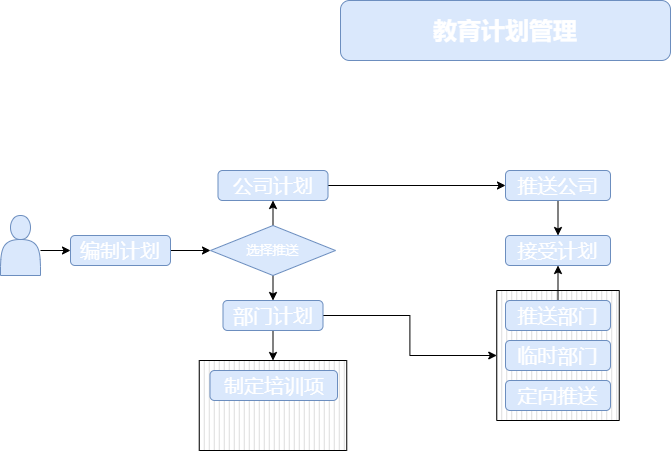
This is Untitled Diagram.drawio.png from lenonjone/Toolkits, a draw.io export, as it was before one commit. Source tidied: cells renumbered, new cells last; positions are measured from the earlier drawing's top-left corner, leaving out a move shared by most shapes. Source of this version:
```xml
<mxGraphModel background="#ffffff">
  <root>
    <mxCell id="0" />
    <mxCell id="1" parent="0" />
    <mxCell id="2" style="verticalLabelPosition=bottom;verticalAlign=top;html=1;shape=mxgraph.basic.patternFillRect;fillStyle=vert;step=5;fillStrokeWidth=0.2;fillStrokeColor=#dddddd;fontSize=13;fontColor=#FFFFFF;" parent="1" vertex="1">
      <mxGeometry x="198.8" y="360" width="147.5" height="90" as="geometry" />
    </mxCell>
    <mxCell id="3" style="verticalLabelPosition=bottom;verticalAlign=top;html=1;shape=mxgraph.basic.patternFillRect;fillStyle=vert;step=5;fillStrokeWidth=0.2;fillStrokeColor=#dddddd;fontSize=13;fontColor=#FFFFFF;" parent="1" vertex="1">
      <mxGeometry x="496.2" y="290" width="122.5" height="130" as="geometry" />
    </mxCell>
    <mxCell id="4" value="教育计划管理" style="rounded=1;whiteSpace=wrap;html=1;fillColor=#dae8fc;strokeColor=#6c8ebf;fontColor=#FFFFFF;fontStyle=1;fontSize=24;" parent="1" vertex="1">
      <mxGeometry x="340" width="330" height="60" as="geometry" />
    </mxCell>
    <mxCell id="5" style="edgeStyle=orthogonalEdgeStyle;rounded=0;jettySize=auto;html=1;fontSize=20;fontColor=#FFFFFF;" parent="1" edge="1" source="6" target="17">
      <mxGeometry relative="1" as="geometry" />
    </mxCell>
    <mxCell id="6" value="编制计划" style="rounded=1;whiteSpace=wrap;html=1;fillColor=#dae8fc;strokeColor=#6c8ebf;fontColor=#FFFFFF;fontStyle=0;fontSize=20;" parent="1" vertex="1">
      <mxGeometry x="70" y="235" width="100" height="30" as="geometry" />
    </mxCell>
    <mxCell id="7" style="edgeStyle=orthogonalEdgeStyle;rounded=0;jettySize=auto;html=1;exitX=1;exitY=0.5;exitDx=0;exitDy=0;fontSize=20;fontColor=#FFFFFF;" parent="1" edge="1" target="6">
      <mxGeometry relative="1" as="geometry">
        <mxPoint x="40" y="250" as="sourcePoint" />
      </mxGeometry>
    </mxCell>
    <mxCell id="8" style="edgeStyle=orthogonalEdgeStyle;rounded=0;jettySize=auto;html=1;exitX=0.5;exitY=1;exitDx=0;exitDy=0;entryX=0.5;entryY=0;entryDx=0;entryDy=0;fontSize=20;fontColor=#FFFFFF;" parent="1" edge="1" source="9" target="20">
      <mxGeometry relative="1" as="geometry" />
    </mxCell>
    <mxCell id="9" value="推送公司" style="rounded=1;whiteSpace=wrap;html=1;fillColor=#dae8fc;strokeColor=#6c8ebf;fontColor=#FFFFFF;fontStyle=0;fontSize=20;" parent="1" vertex="1">
      <mxGeometry x="505" y="170" width="105" height="30" as="geometry" />
    </mxCell>
    <mxCell id="10" style="edgeStyle=orthogonalEdgeStyle;rounded=0;jettySize=auto;html=1;exitX=1;exitY=0.5;exitDx=0;exitDy=0;entryX=0;entryY=0.5;entryDx=0;entryDy=0;fontSize=20;fontColor=#FFFFFF;" parent="1" edge="1" source="11" target="9">
      <mxGeometry relative="1" as="geometry" />
    </mxCell>
    <mxCell id="11" value="公司计划" style="rounded=1;whiteSpace=wrap;html=1;fillColor=#dae8fc;strokeColor=#6c8ebf;fontColor=#FFFFFF;fontStyle=0;fontSize=20;" parent="1" vertex="1">
      <mxGeometry x="217.5" y="170" width="110" height="30" as="geometry" />
    </mxCell>
    <mxCell id="12" style="edgeStyle=orthogonalEdgeStyle;rounded=0;jettySize=auto;html=1;exitX=1;exitY=0.5;exitDx=0;exitDy=0;entryX=0;entryY=0.5;entryDx=0;entryDy=0;entryPerimeter=0;fontSize=13;fontColor=#FFFFFF;" parent="1" edge="1" source="14" target="3">
      <mxGeometry relative="1" as="geometry" />
    </mxCell>
    <mxCell id="13" style="edgeStyle=orthogonalEdgeStyle;rounded=0;jettySize=auto;html=1;exitX=0.5;exitY=1;exitDx=0;exitDy=0;entryX=0.5;entryY=0;entryDx=0;entryDy=0;entryPerimeter=0;fontSize=13;fontColor=#FFFFFF;" parent="1" edge="1" source="14" target="2">
      <mxGeometry relative="1" as="geometry" />
    </mxCell>
    <mxCell id="14" value="部门计划" style="rounded=1;whiteSpace=wrap;html=1;fillColor=#dae8fc;strokeColor=#6c8ebf;fontColor=#FFFFFF;fontStyle=0;fontSize=20;" parent="1" vertex="1">
      <mxGeometry x="222.5" y="300" width="100" height="30" as="geometry" />
    </mxCell>
    <mxCell id="15" style="edgeStyle=orthogonalEdgeStyle;rounded=0;jettySize=auto;html=1;exitX=0.5;exitY=1;exitDx=0;exitDy=0;entryX=0.5;entryY=0;entryDx=0;entryDy=0;fontSize=20;fontColor=#FFFFFF;" parent="1" edge="1" source="17" target="14">
      <mxGeometry relative="1" as="geometry" />
    </mxCell>
    <mxCell id="16" style="edgeStyle=orthogonalEdgeStyle;rounded=0;jettySize=auto;html=1;exitX=0.5;exitY=0;exitDx=0;exitDy=0;entryX=0.5;entryY=1;entryDx=0;entryDy=0;fontSize=20;fontColor=#FFFFFF;" parent="1" edge="1" source="17" target="11">
      <mxGeometry relative="1" as="geometry" />
    </mxCell>
    <mxCell id="17" value="选择推送" style="rhombus;whiteSpace=wrap;html=1;fontSize=13;fillColor=#dae8fc;strokeColor=#6c8ebf;fontColor=#FFFFFF;" parent="1" vertex="1">
      <mxGeometry x="210" y="225" width="125" height="50" as="geometry" />
    </mxCell>
    <mxCell id="18" style="edgeStyle=orthogonalEdgeStyle;rounded=0;jettySize=auto;html=1;exitX=0.5;exitY=0;exitDx=0;exitDy=0;entryX=0.5;entryY=1;entryDx=0;entryDy=0;fontSize=13;fontColor=#FFFFFF;" parent="1" edge="1" source="19" target="20">
      <mxGeometry relative="1" as="geometry" />
    </mxCell>
    <mxCell id="19" value="推送部门" style="rounded=1;whiteSpace=wrap;html=1;fillColor=#dae8fc;strokeColor=#6c8ebf;fontColor=#FFFFFF;fontStyle=0;fontSize=20;" parent="1" vertex="1">
      <mxGeometry x="505" y="300" width="105" height="30" as="geometry" />
    </mxCell>
    <mxCell id="20" value="接受计划" style="rounded=1;whiteSpace=wrap;html=1;fillColor=#dae8fc;strokeColor=#6c8ebf;fontColor=#FFFFFF;fontStyle=0;fontSize=20;" parent="1" vertex="1">
      <mxGeometry x="505" y="235" width="105" height="30" as="geometry" />
    </mxCell>
    <mxCell id="21" value="临时部门" style="rounded=1;whiteSpace=wrap;html=1;fillColor=#dae8fc;strokeColor=#6c8ebf;fontColor=#FFFFFF;fontStyle=0;fontSize=20;" parent="1" vertex="1">
      <mxGeometry x="505" y="340" width="105" height="30" as="geometry" />
    </mxCell>
    <mxCell id="22" style="shape=actor;whiteSpace=wrap;html=1;fontSize=13;fillColor=#dae8fc;strokeColor=#6c8ebf;" parent="1" vertex="1">
      <mxGeometry y="215" width="40" height="60" as="geometry" />
    </mxCell>
    <mxCell id="23" value="制定培训项" style="rounded=1;whiteSpace=wrap;html=1;fillColor=#dae8fc;strokeColor=#6c8ebf;fontColor=#FFFFFF;fontStyle=0;fontSize=20;" parent="1" vertex="1">
      <mxGeometry x="209.5" y="370" width="127.5" height="30" as="geometry" />
    </mxCell>
    <mxCell id="24" value="定向推送" style="rounded=1;whiteSpace=wrap;html=1;fillColor=#dae8fc;strokeColor=#6c8ebf;fontColor=#FFFFFF;fontStyle=0;fontSize=20;" parent="1" vertex="1">
      <mxGeometry x="505" y="380" width="105" height="30" as="geometry" />
    </mxCell>
  </root>
</mxGraphModel>
```
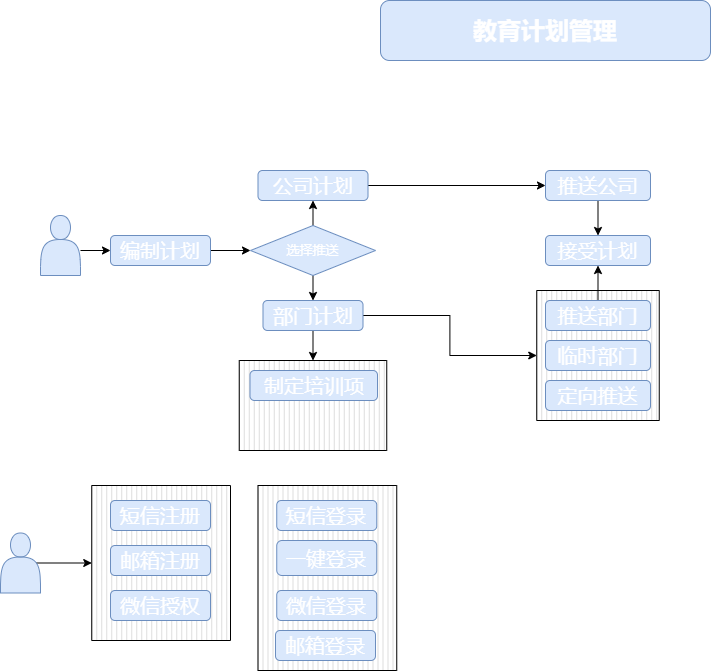
The same diagram one commit later.

What changed in the source:
```diff
@@ -2,6 +2,9 @@
   <root>
     <mxCell id="0" />
     <mxCell id="1" parent="0" />
+    <mxCell id="25" style="verticalLabelPosition=bottom;verticalAlign=top;html=1;shape=mxgraph.basic.patternFillRect;fillStyle=vert;step=5;fillStrokeWidth=0.2;fillStrokeColor=#dddddd;fontSize=13;fontColor=#FFFFFF;" parent="1" vertex="1">
+      <mxGeometry x="51.2" y="485" width="138.8" height="155" as="geometry" />
+    </mxCell>
     <mxCell id="2" style="verticalLabelPosition=bottom;verticalAlign=top;html=1;shape=mxgraph.basic.patternFillRect;fillStyle=vert;step=5;fillStrokeWidth=0.2;fillStrokeColor=#dddddd;fontSize=13;fontColor=#FFFFFF;" parent="1" vertex="1">
       <mxGeometry x="198.8" y="360" width="147.5" height="90" as="geometry" />
     </mxCell>
@@ -73,5 +76,35 @@
     <mxCell id="24" value="定向推送" style="rounded=1;whiteSpace=wrap;html=1;fillColor=#dae8fc;strokeColor=#6c8ebf;fontColor=#FFFFFF;fontStyle=0;fontSize=20;" parent="1" vertex="1">
       <mxGeometry x="505" y="380" width="105" height="30" as="geometry" />
     </mxCell>
+    <mxCell id="26" style="edgeStyle=orthogonalEdgeStyle;rounded=0;jettySize=auto;html=1;exitX=0.9;exitY=0.5;exitDx=0;exitDy=0;exitPerimeter=0;entryX=0;entryY=0.5;entryDx=0;entryDy=0;entryPerimeter=0;fontSize=13;fontColor=#FFFFFF;" parent="1" edge="1" source="27" target="25">
+      <mxGeometry relative="1" as="geometry" />
+    </mxCell>
+    <mxCell id="27" style="shape=actor;whiteSpace=wrap;html=1;fontSize=13;fillColor=#dae8fc;strokeColor=#6c8ebf;" parent="1" vertex="1">
+      <mxGeometry x="-40" y="532.5" width="40" height="60" as="geometry" />
+    </mxCell>
+    <mxCell id="28" value="短信注册" style="rounded=1;whiteSpace=wrap;html=1;fillColor=#dae8fc;strokeColor=#6c8ebf;fontColor=#FFFFFF;fontStyle=0;fontSize=20;" parent="1" vertex="1">
+      <mxGeometry x="70" y="500" width="100" height="30" as="geometry" />
+    </mxCell>
+    <mxCell id="29" value="邮箱注册" style="rounded=1;whiteSpace=wrap;html=1;fillColor=#dae8fc;strokeColor=#6c8ebf;fontColor=#FFFFFF;fontStyle=0;fontSize=20;" parent="1" vertex="1">
+      <mxGeometry x="70" y="545" width="100" height="30" as="geometry" />
+    </mxCell>
+    <mxCell id="30" value="微信授权" style="rounded=1;whiteSpace=wrap;html=1;fillColor=#dae8fc;strokeColor=#6c8ebf;fontColor=#FFFFFF;fontStyle=0;fontSize=20;" parent="1" vertex="1">
+      <mxGeometry x="70" y="590" width="100" height="30" as="geometry" />
+    </mxCell>
+    <mxCell id="31" style="verticalLabelPosition=bottom;verticalAlign=top;html=1;shape=mxgraph.basic.patternFillRect;fillStyle=vert;step=5;fillStrokeWidth=0.2;fillStrokeColor=#dddddd;fontSize=13;fontColor=#FFFFFF;" parent="1" vertex="1">
+      <mxGeometry x="217.5" y="485" width="138.8" height="185" as="geometry" />
+    </mxCell>
+    <mxCell id="32" value="短信登录" style="rounded=1;whiteSpace=wrap;html=1;fillColor=#dae8fc;strokeColor=#6c8ebf;fontColor=#FFFFFF;fontStyle=0;fontSize=20;" parent="1" vertex="1">
+      <mxGeometry x="236.2" y="500" width="100" height="30" as="geometry" />
+    </mxCell>
+    <mxCell id="33" value="一键登录" style="rounded=1;whiteSpace=wrap;html=1;fillColor=#dae8fc;strokeColor=#6c8ebf;fontColor=#FFFFFF;fontStyle=0;fontSize=20;" parent="1" vertex="1">
+      <mxGeometry x="236.2" y="540" width="100" height="35" as="geometry" />
+    </mxCell>
+    <mxCell id="34" value="微信登录" style="rounded=1;whiteSpace=wrap;html=1;fillColor=#dae8fc;strokeColor=#6c8ebf;fontColor=#FFFFFF;fontStyle=0;fontSize=20;" parent="1" vertex="1">
+      <mxGeometry x="236.2" y="590" width="100" height="30" as="geometry" />
+    </mxCell>
+    <mxCell id="35" value="邮箱登录" style="rounded=1;whiteSpace=wrap;html=1;fillColor=#dae8fc;strokeColor=#6c8ebf;fontColor=#FFFFFF;fontStyle=0;fontSize=20;" parent="1" vertex="1">
+      <mxGeometry x="235" y="630" width="100" height="30" as="geometry" />
+    </mxCell>
   </root>
 </mxGraphModel>
```
